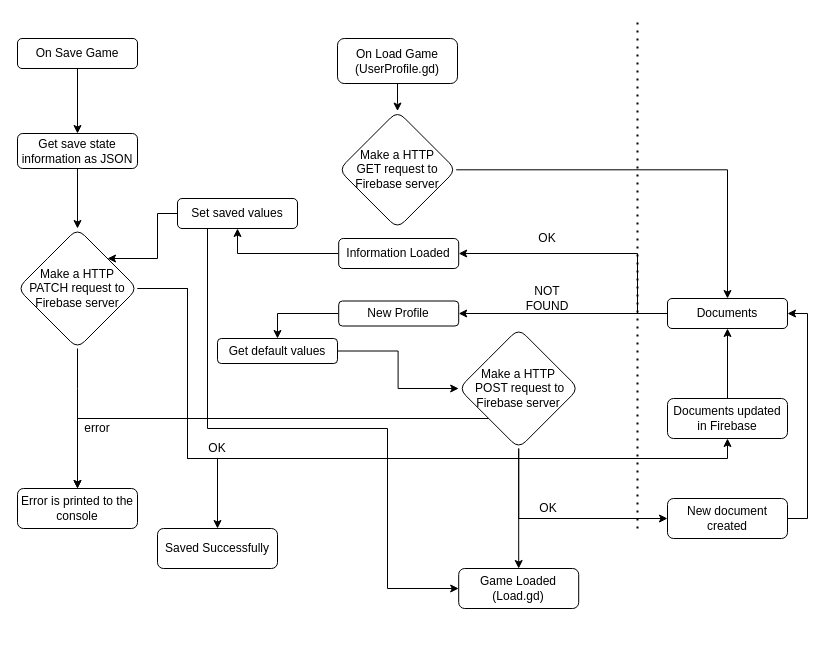
This is Documentation/Save and Load.drawio from onepersonhere/JavaBean, a draw.io file, before an edit. Source tidied: cells renumbered, new cells numbered last; positions are measured from the earlier drawing's top-left corner, leaving out a move shared by most shapes. Both pictures are drawn from the tidied source at 100%, with x=0, y=0 at pixel (17, 18).
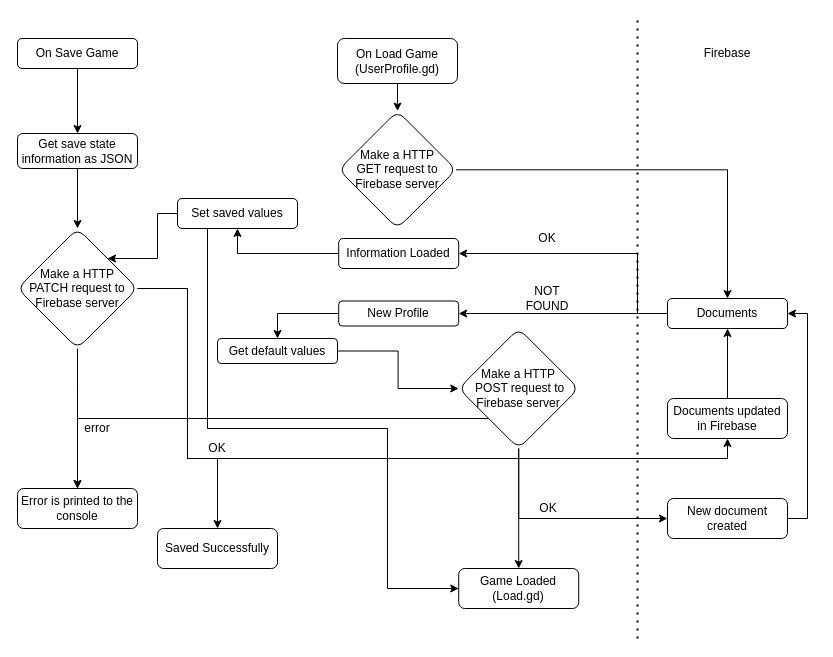
The same page after the edit.

The edit, as a diff of the source:
```diff
@@
     <mxCell id="19" style="endArrow=none;dashed=1;html=1;dashPattern=1 3;strokeWidth=2;rounded=0;" parent="1" edge="1">
       <mxGeometry relative="1" as="geometry">
-        <mxPoint x="620" y="510" as="sourcePoint" />
+        <mxPoint x="620" y="620" as="sourcePoint" />
         <mxPoint x="620" as="targetPoint" />
       </mxGeometry>
     </mxCell>
@@
+    <mxCell id="43" value="Firebase" style="text;html=1;strokeColor=none;fillColor=none;align=center;verticalAlign=middle;whiteSpace=wrap;rounded=0;" parent="1" vertex="1">
+      <mxGeometry x="680" y="20" width="60" height="30" as="geometry" />
+    </mxCell>
```
